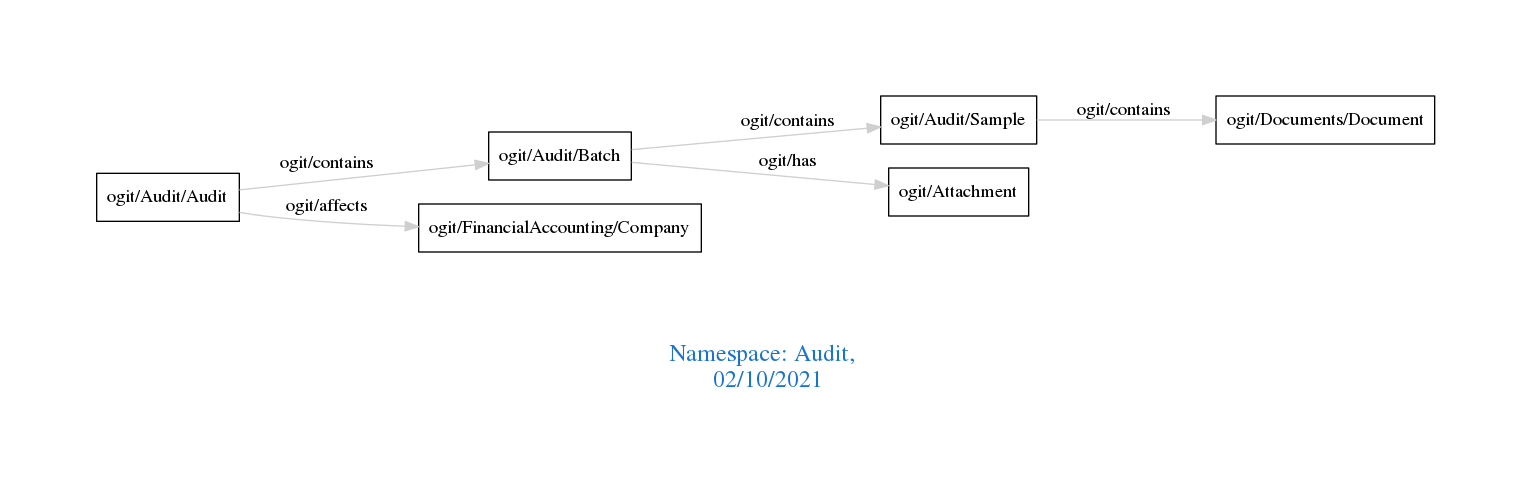
arago/OGIT keeps this Graphviz diagram as downloads/Audit.png. Above is the earlier version. Its source is kept beside it as downloads/Audit.dot.
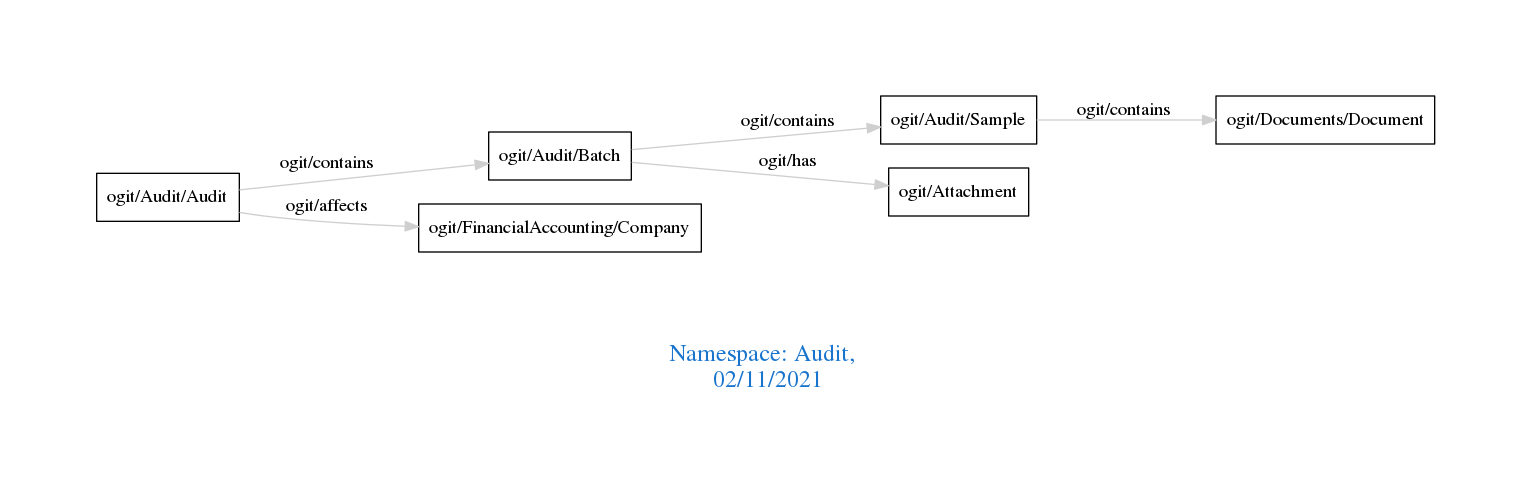
The same diagram one commit later.

The edit, as a diff of the source:
```diff
@@ -1,7 +1,7 @@
 digraph OGIT_ontology {
  graph [ rankdir= LR,pad=1
 fontsize = 18,
-fontcolor= dodgerblue3,label = "\n\n\nNamespace: Audit, \n 02/10/2021"];
+fontcolor= dodgerblue3,label = "\n\n\nNamespace: Audit, \n 02/11/2021"];
 node[shape=polygon];
 edge [  color="gray81"];
 
```
